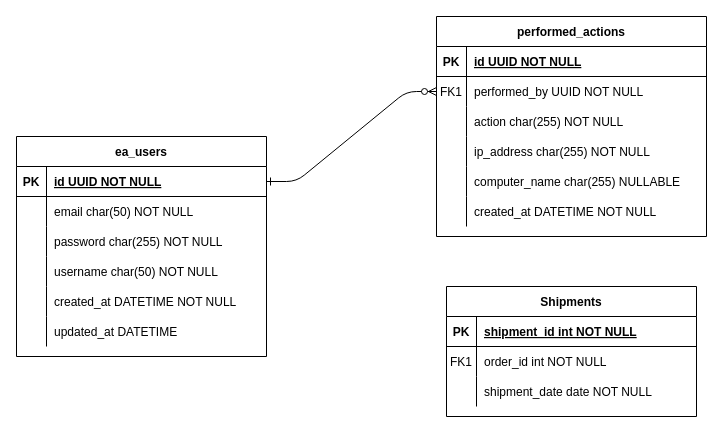
The draw.io diagram eams_domain_model.drawio in phillipseryazi/eams_domain_model, before the edit. Source tidied: cells renumbered, new cells numbered last; positions are measured from the earlier drawing's top-left corner, leaving out a move shared by most shapes. Both pictures are drawn from the tidied source at 100%, with x=0, y=0 at pixel (16, 16).
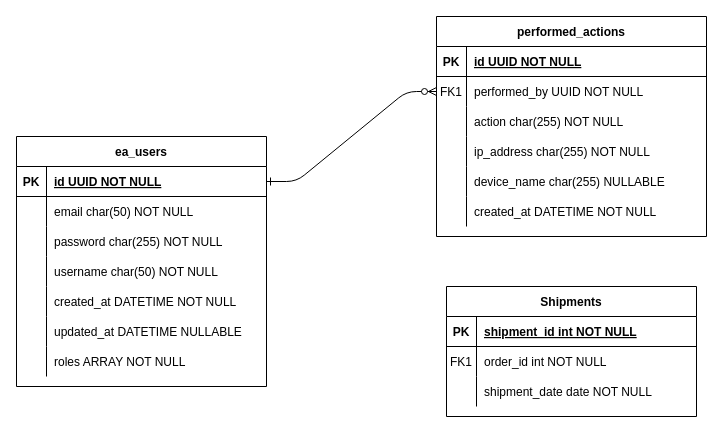
Above is the later version.

Unchanged cells that the change refers to:
```xml
<mxCell id="16" style="shape=partialRectangle;fillColor=none;top=0;left=0;right=0;bottom=0;" parent="3" vertex="1">
  <mxGeometry y="150" width="270" height="30" as="geometry" />
</mxCell>
<mxCell id="48" style="shape=partialRectangle;fillColor=none;top=0;left=0;right=0;bottom=0;" parent="32" vertex="1">
  <mxGeometry y="180" width="250" height="30" as="geometry" />
</mxCell>
```

Change to the diagram source:
```diff
@@
-    <mxCell id="18" value="computer_name char(255) NULLABLE" style="shape=partialRectangle;overflow=hidden;fillColor=none;top=0;left=0;bottom=0;right=0;align=left;spacingLeft=6;" parent="16" vertex="1">
+    <mxCell id="18" value="device_name char(255) NULLABLE" style="shape=partialRectangle;overflow=hidden;fillColor=none;top=0;left=0;bottom=0;right=0;align=left;spacingLeft=6;" parent="16" vertex="1">
       <mxGeometry x="30" width="240" height="30" as="geometry" />
     </mxCell>
@@
     <mxCell id="32" value="ea_users" style="shape=table;startSize=30;childLayout=tableLayout;rowLines=0;fontStyle=1;align=center;" parent="1" vertex="1">
-      <mxGeometry y="120" width="250" height="220" as="geometry" />
+      <mxGeometry y="120" width="250" height="250" as="geometry" />
     </mxCell>
@@
-    <mxCell id="50" value="updated_at DATETIME" style="shape=partialRectangle;overflow=hidden;fillColor=none;top=0;left=0;bottom=0;right=0;align=left;spacingLeft=6;" parent="48" vertex="1">
+    <mxCell id="50" value="updated_at DATETIME NULLABLE" style="shape=partialRectangle;overflow=hidden;fillColor=none;top=0;left=0;bottom=0;right=0;align=left;spacingLeft=6;" parent="48" vertex="1">
       <mxGeometry x="30" width="220" height="30" as="geometry" />
     </mxCell>
+    <mxCell id="51" style="shape=partialRectangle;fillColor=none;top=0;left=0;right=0;bottom=0;" parent="32" vertex="1">
+      <mxGeometry y="210" width="250" height="30" as="geometry" />
+    </mxCell>
+    <mxCell id="52" style="shape=partialRectangle;overflow=hidden;fillColor=none;top=0;left=0;bottom=0;right=0;" parent="51" vertex="1">
+      <mxGeometry width="30" height="30" as="geometry" />
+    </mxCell>
+    <mxCell id="53" value="roles ARRAY NOT NULL" style="shape=partialRectangle;overflow=hidden;fillColor=none;top=0;left=0;bottom=0;right=0;align=left;spacingLeft=6;" parent="51" vertex="1">
+      <mxGeometry x="30" width="220" height="30" as="geometry" />
+    </mxCell>
```
